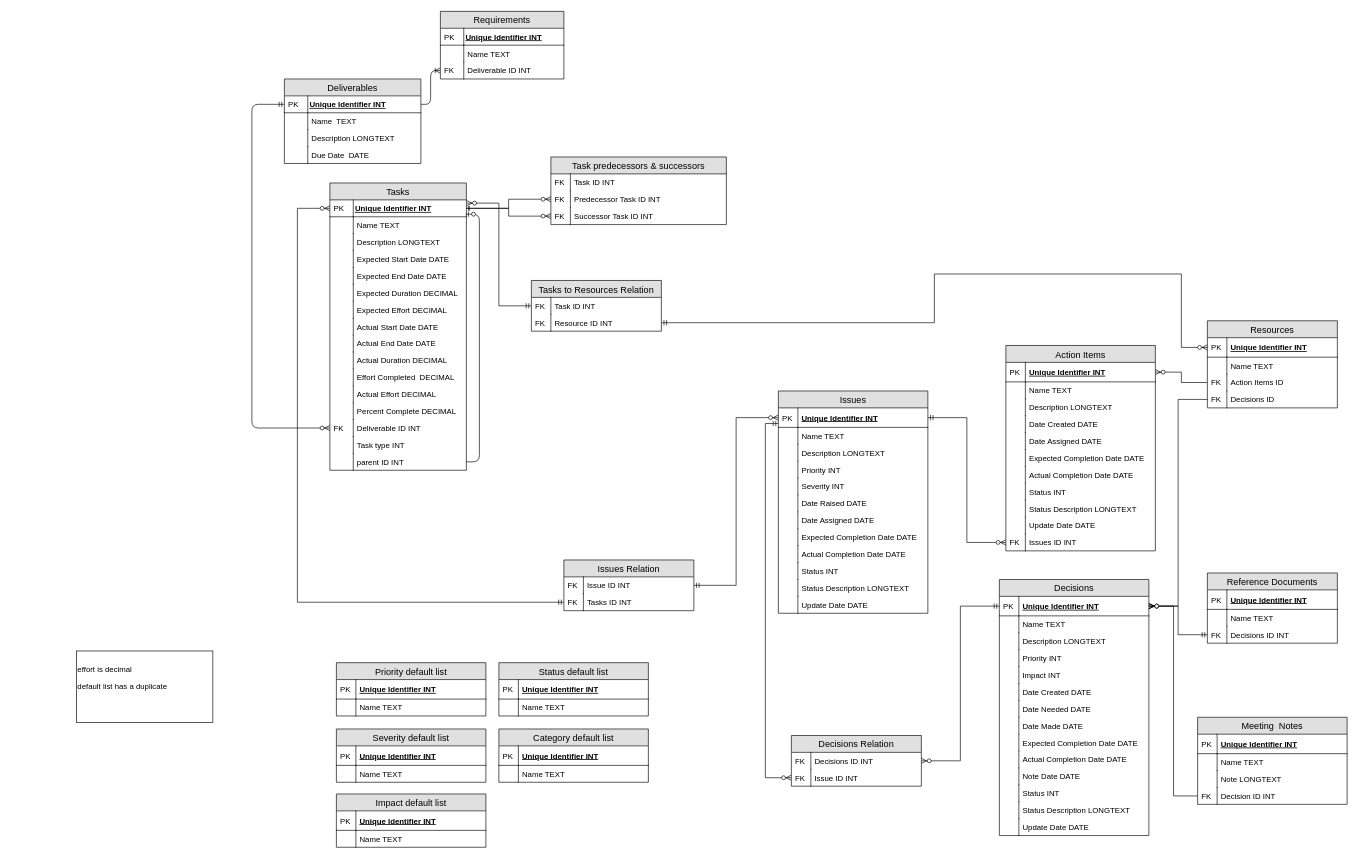
Before: ERD.drawio in alicebalayan/comp380---project3, a draw.io diagram. Source tidied: cells renumbered, new cells numbered last; positions are measured from the earlier drawing's top-left corner, leaving out a move shared by most shapes. Both pictures are drawn from the tidied source at 65%, with x=0, y=0 at pixel (76, 11).
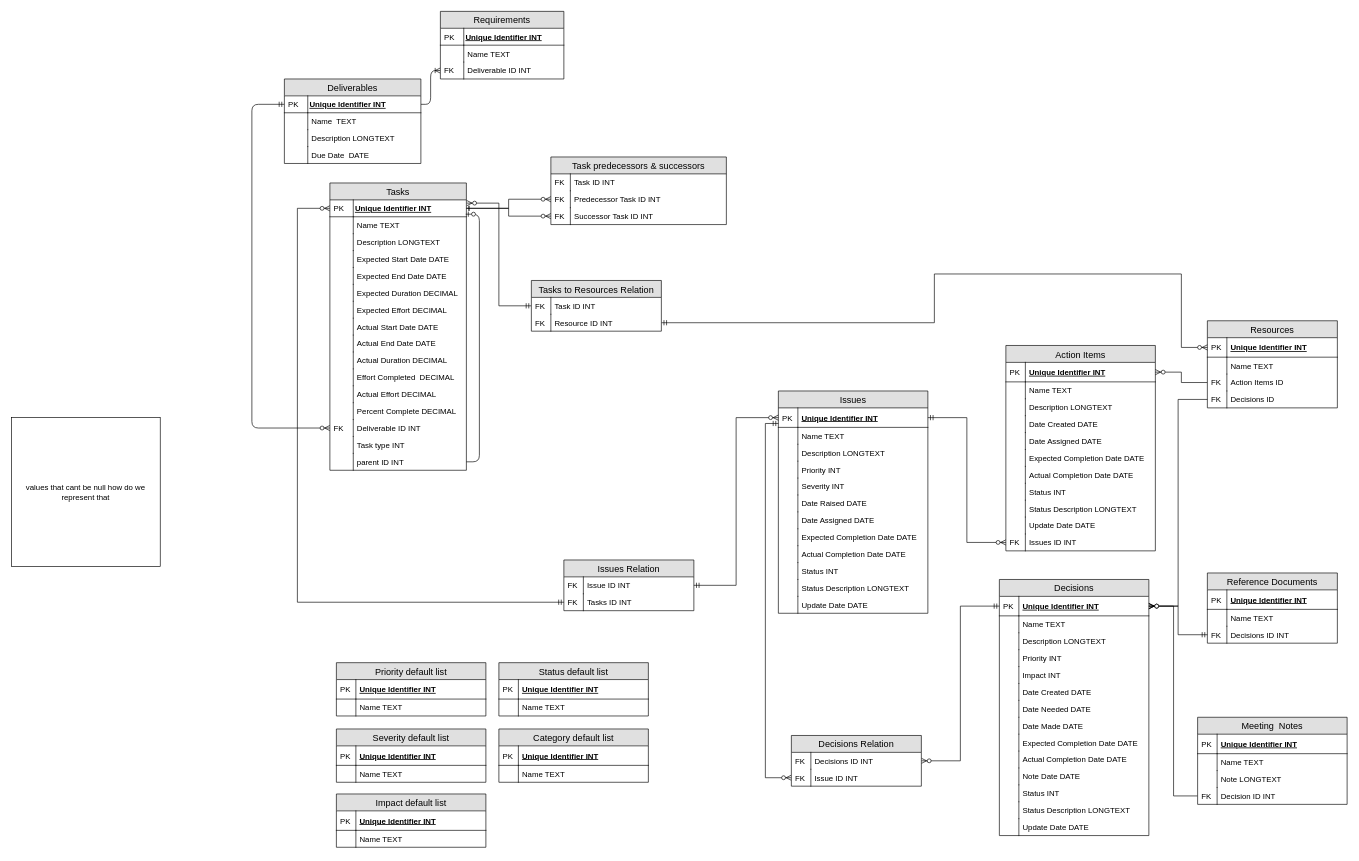
The same diagram, later.

Diff of the diagram source:
```diff
@@
-    <mxCell id="216" value="&lt;p class=&quot;Paragraph&quot;&gt;effort is decimal&amp;nbsp;&lt;/p&gt;&lt;p class=&quot;Paragraph&quot;&gt;default list has a duplicate&lt;/p&gt;&lt;p class=&quot;Paragraph&quot;&gt;&lt;br&gt;&lt;/p&gt;" style="rounded=0;whiteSpace=wrap;html=1;align=left;" parent="1" vertex="1">
-      <mxGeometry y="984" width="210" height="110" as="geometry" />
-    </mxCell>
+    <mxCell id="217" value="values that cant be null how do we represent that&lt;br&gt;" style="whiteSpace=wrap;html=1;" parent="1" vertex="1">
+      <mxGeometry x="-100" y="625" width="229" height="229" as="geometry" />
+    </mxCell>
```
